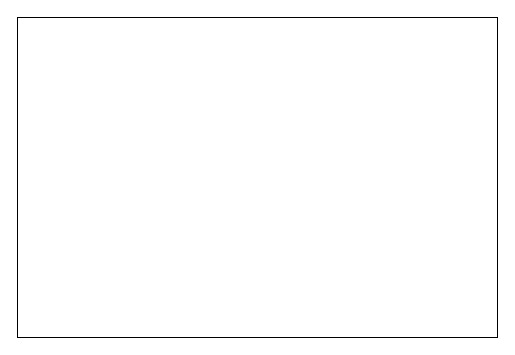
halouthere233/skkerjakursus2021private keeps this draw.io diagram as sketches/register, sketch.drawio. Above is the earlier version. Source tidied: cells renumbered, new cells numbered last; positions are measured from the earlier drawing's top-left corner, leaving out a move shared by most shapes. Both pictures are drawn from the tidied source at 100%, with x=0, y=0 at pixel (17, 17).
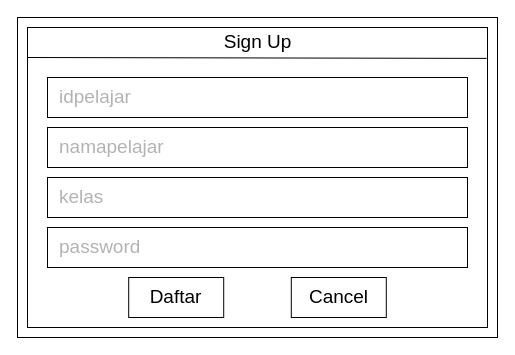
After the change.

What changed in the source:
```diff
@@
 <mxGraphModel>
   <root>
     <mxCell id="0" />
     <mxCell id="1" parent="0" />
     <mxCell id="2" style="rounded=0;whiteSpace=wrap;html=1;" parent="1" vertex="1">
       <mxGeometry width="480" height="320" as="geometry" />
     </mxCell>
+    <mxCell id="3" style="rounded=0;whiteSpace=wrap;html=1;" parent="1" vertex="1">
+      <mxGeometry x="10" y="10" width="460" height="300" as="geometry" />
+    </mxCell>
+    <mxCell id="4" style="endArrow=none;html=1;rounded=0;entryX=0;entryY=0.1;entryDx=0;entryDy=0;entryPerimeter=0;exitX=0.998;exitY=0.103;exitDx=0;exitDy=0;exitPerimeter=0;" parent="1" edge="1" source="3" target="3">
+      <mxGeometry relative="1" as="geometry" />
+    </mxCell>
+    <mxCell id="5" value="Sign Up" style="text;html=1;align=center;verticalAlign=middle;strokeColor=none;fillColor=none;fontSize=19;" parent="1" vertex="1">
+      <mxGeometry x="200" y="10" width="80" height="30" as="geometry" />
+    </mxCell>
+    <mxCell id="6" value="idpelajar" style="rounded=0;whiteSpace=wrap;html=1;fontSize=19;align=left;spacingLeft=10;fontColor=#B3B3B3;" parent="1" vertex="1">
+      <mxGeometry x="30" y="60" width="420" height="40" as="geometry" />
+    </mxCell>
+    <mxCell id="7" value="namapelajar" style="rounded=0;whiteSpace=wrap;html=1;fontSize=19;align=left;spacingLeft=10;fontColor=#B3B3B3;" parent="1" vertex="1">
+      <mxGeometry x="30" y="110" width="420" height="40" as="geometry" />
+    </mxCell>
+    <mxCell id="8" value="kelas" style="rounded=0;whiteSpace=wrap;html=1;fontSize=19;align=left;spacingLeft=10;fontColor=#B3B3B3;" parent="1" vertex="1">
+      <mxGeometry x="30" y="160" width="420" height="40" as="geometry" />
+    </mxCell>
+    <mxCell id="9" value="password" style="rounded=0;whiteSpace=wrap;html=1;fontSize=19;align=left;spacingLeft=10;fontColor=#B3B3B3;" parent="1" vertex="1">
+      <mxGeometry x="30" y="210" width="420" height="40" as="geometry" />
+    </mxCell>
+    <mxCell id="10" value="Daftar" style="rounded=0;whiteSpace=wrap;html=1;fontSize=19;" parent="1" vertex="1">
+      <mxGeometry x="111.2" y="260" width="95" height="40" as="geometry" />
+    </mxCell>
+    <mxCell id="11" value="Cancel" style="rounded=0;whiteSpace=wrap;html=1;fontSize=19;" parent="1" vertex="1">
+      <mxGeometry x="273.8" y="260" width="95" height="40" as="geometry" />
+    </mxCell>
   </root>
 </mxGraphModel>
```
